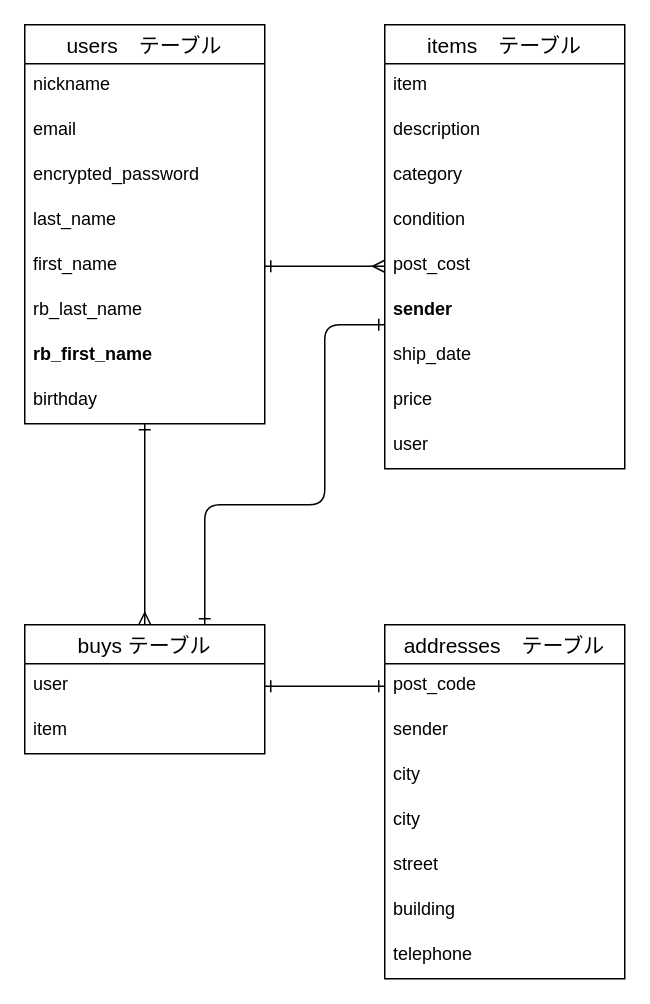
Above: deta.dio in lemon78787878/furima-41002 (draw.io), before the change. Source tidied: cells renumbered, new cells numbered last; positions are measured from the earlier drawing's top-left corner, leaving out a move shared by most shapes. Both pictures are drawn from the tidied source at 150%, with x=0, y=0 at pixel (24, 24).
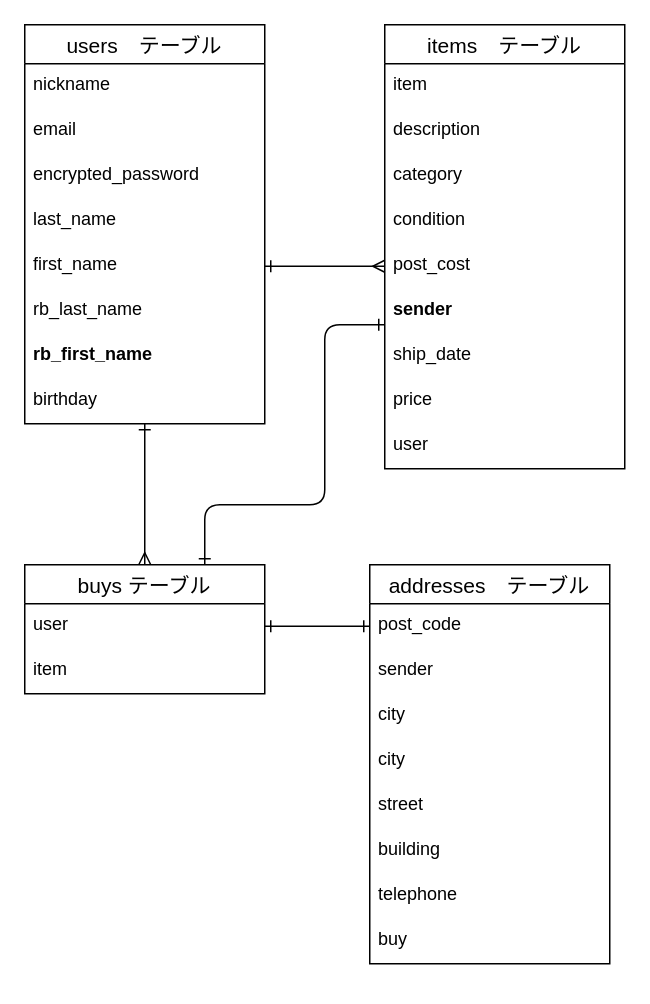
After the change.

Commit message (it also covers changes not shown here):
データベース設計の修正3

Unchanged cells that the change refers to:
```xml
<mxCell id="3" value="users　テーブル" style="swimlane;fontStyle=0;horizontal=1;startSize=26;align=center;fontSize=14;" parent="1" vertex="1">
  <mxGeometry width="160" height="266" as="geometry" />
</mxCell>
```

What changed in the source:
```diff
@@
-    <mxCell id="2" style="edgeStyle=none;html=1;entryX=0.5;entryY=0;entryDx=0;entryDy=0;endArrow=ERmany;endFill=0;startArrow=ERone;startFill=0;" parent="1" edge="1" source="3" target="23">
+    <mxCell id="2" style="edgeStyle=none;html=1;endArrow=ERmany;endFill=0;startArrow=ERone;startFill=0;" parent="1" edge="1" source="3">
       <mxGeometry relative="1" as="geometry">
+        <mxPoint x="80" y="360" as="targetPoint" />
         <Array as="points">
           <mxPoint x="80" y="340" />
         </Array>
       </mxGeometry>
     </mxCell>
@@
     <mxCell id="23" value="buys テーブル" style="swimlane;fontStyle=0;horizontal=1;startSize=26;align=center;fontSize=14;" parent="1" vertex="1">
-      <mxGeometry y="400" width="160" height="86" as="geometry" />
+      <mxGeometry y="360" width="160" height="86" as="geometry" />
     </mxCell>
@@
     <mxCell id="26" value="addresses　テーブル" style="swimlane;fontStyle=0;horizontal=1;startSize=26;align=center;fontSize=14;" parent="1" vertex="1">
-      <mxGeometry x="240" y="400" width="160" height="236" as="geometry" />
+      <mxGeometry x="230" y="360" width="160" height="266" as="geometry" />
     </mxCell>
@@
+    <mxCell id="36" value="buy" style="text;strokeColor=none;fillColor=none;spacingLeft=4;spacingRight=4;overflow=hidden;fontSize=12;" parent="26" vertex="1">
+      <mxGeometry y="236" width="160" height="30" as="geometry" />
+    </mxCell>
```
